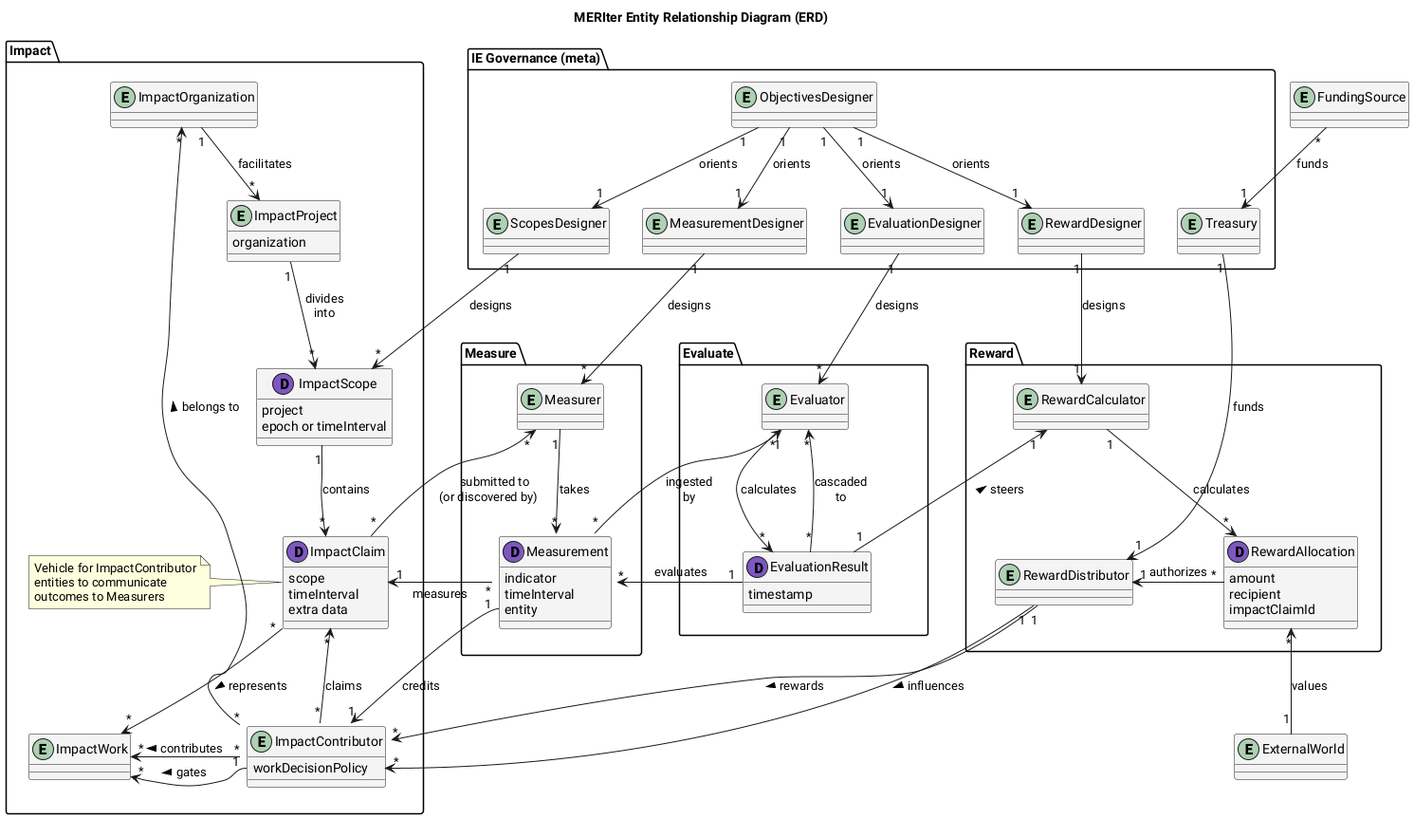
Above: ERD.png in aspiers/ImpactEvaluators (PlantUML), before the change.
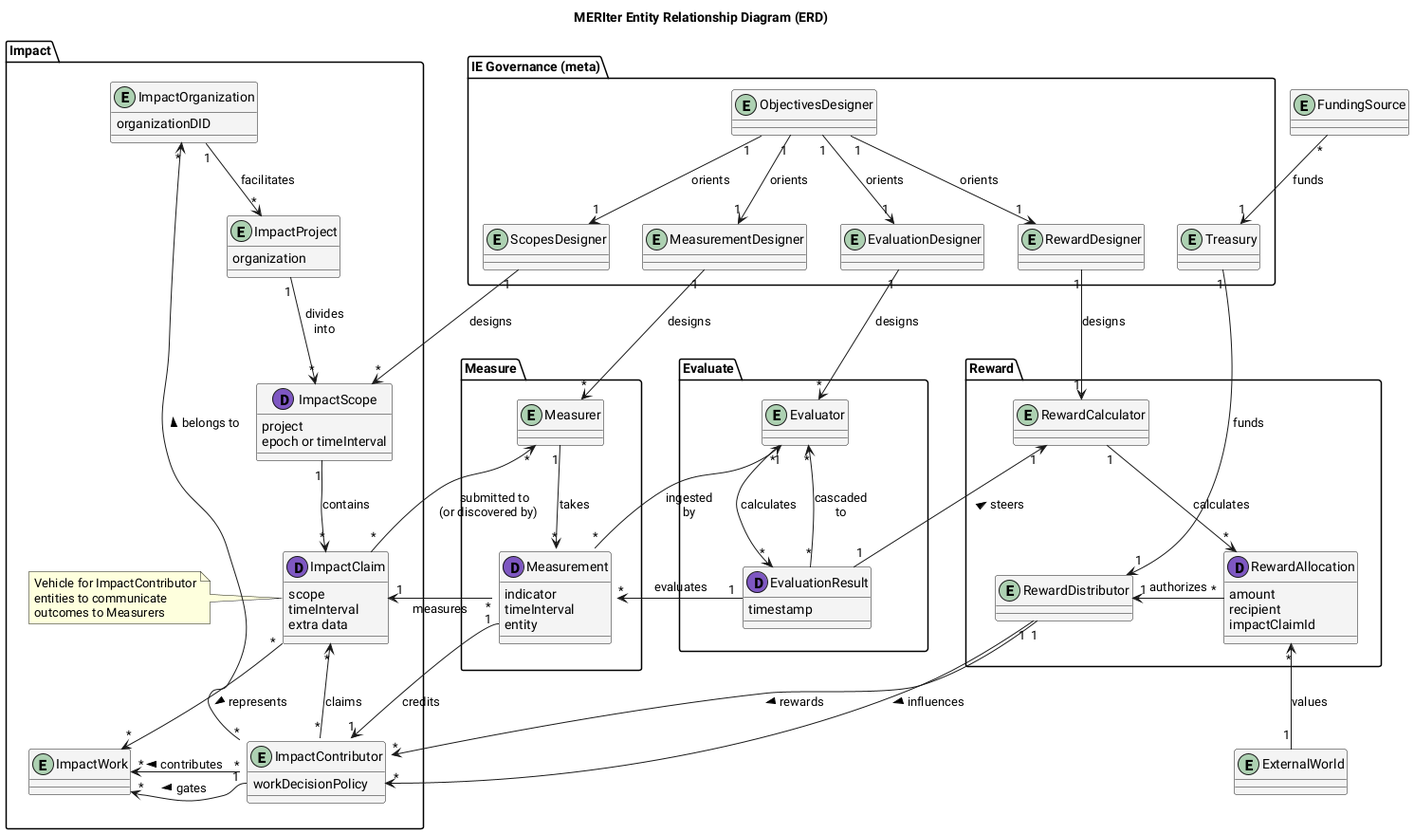
After the change.

Commit message:
add a DID to ImpactOrganization

The edit, as a diff of the source:
```diff
@@ -36,7 +36,9 @@
 }
 
 package Impact {
-    entity ImpactOrganization
+    entity ImpactOrganization {
+        organizationDID
+    }
     entity ImpactProject {
         organization
     }
```
